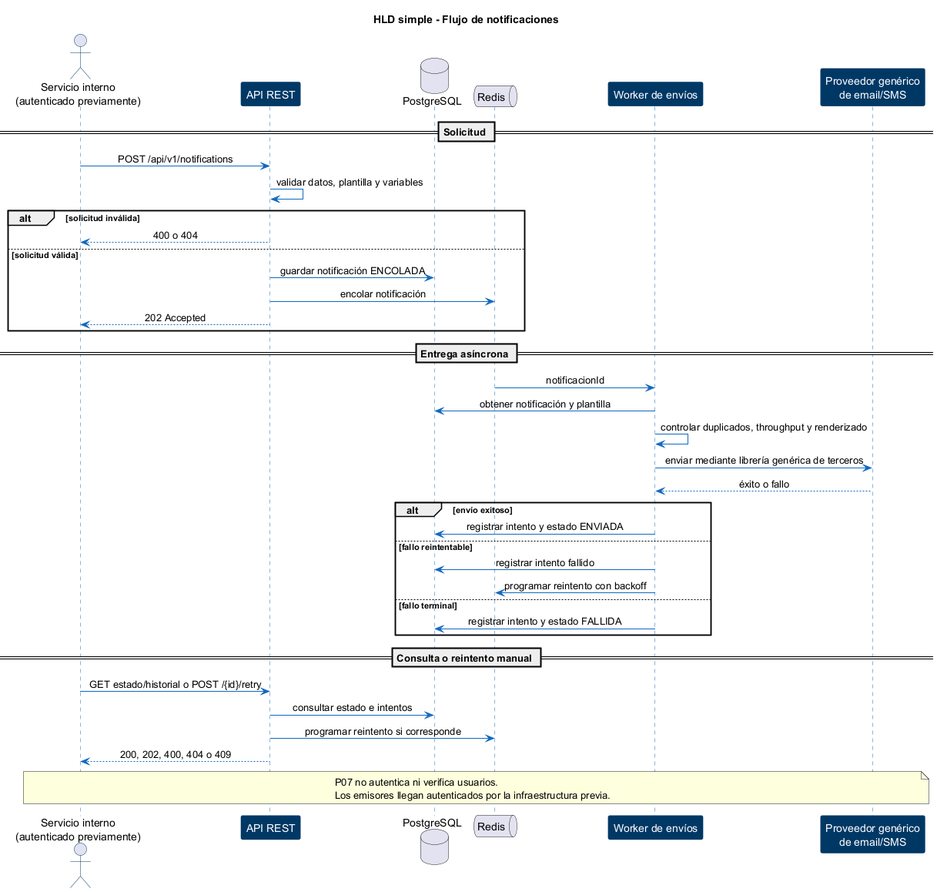
The PlantUML diagram notificaciones-architecture/diagrams/HLD/notificaciones-05-hld-secuencia.png in Frosmin/tigoBootcamp, before a commit. The source it was exported from:
```plantuml
@startuml notificaciones-05-hld-secuencia
skinparam backgroundColor #FFFFFF
skinparam shadowing false
skinparam sequenceMessageAlign center
skinparam sequence {
    ArrowColor #1168BD
    LifeLineBorderColor #1168BD
    ParticipantBorderColor #003865
    ParticipantBackgroundColor #003865
    ParticipantFontColor #FFFFFF
    ActorBorderColor #003865
}

title HLD simple - Flujo de notificaciones

actor "Servicio interno\n(autenticado previamente)" as emisor
participant "API REST" as api
database "PostgreSQL" as db
queue "Redis" as redis
participant "Worker de envíos" as worker
participant "Proveedor genérico\nde email/SMS" as proveedor

== Solicitud ==
emisor -> api : POST /api/v1/notifications
api -> api : validar datos, plantilla y variables

alt solicitud inválida
    api --> emisor : 400 o 404
else solicitud válida
    api -> db : guardar notificación ENCOLADA
    api -> redis : encolar notificación
    api --> emisor : 202 Accepted
end

== Entrega asíncrona ==
redis -> worker : notificacionId
worker -> db : obtener notificación y plantilla
worker -> worker : controlar duplicados, throughput y renderizado
worker -> proveedor : enviar mediante librería genérica de terceros
proveedor --> worker : éxito o fallo

alt envío exitoso
    worker -> db : registrar intento y estado ENVIADA
else fallo reintentable
    worker -> db : registrar intento fallido
    worker -> redis : programar reintento con backoff
else fallo terminal
    worker -> db : registrar intento y estado FALLIDA
end

== Consulta o reintento manual ==
emisor -> api : GET estado/historial o POST /{id}/retry
api -> db : consultar estado e intentos
api -> redis : programar reintento si corresponde
api --> emisor : 200, 202, 400, 404 o 409

note over emisor, proveedor
  P07 no autentica ni verifica usuarios.
  Los emisores llegan autenticados por la infraestructura previa.
end note

@enduml
```
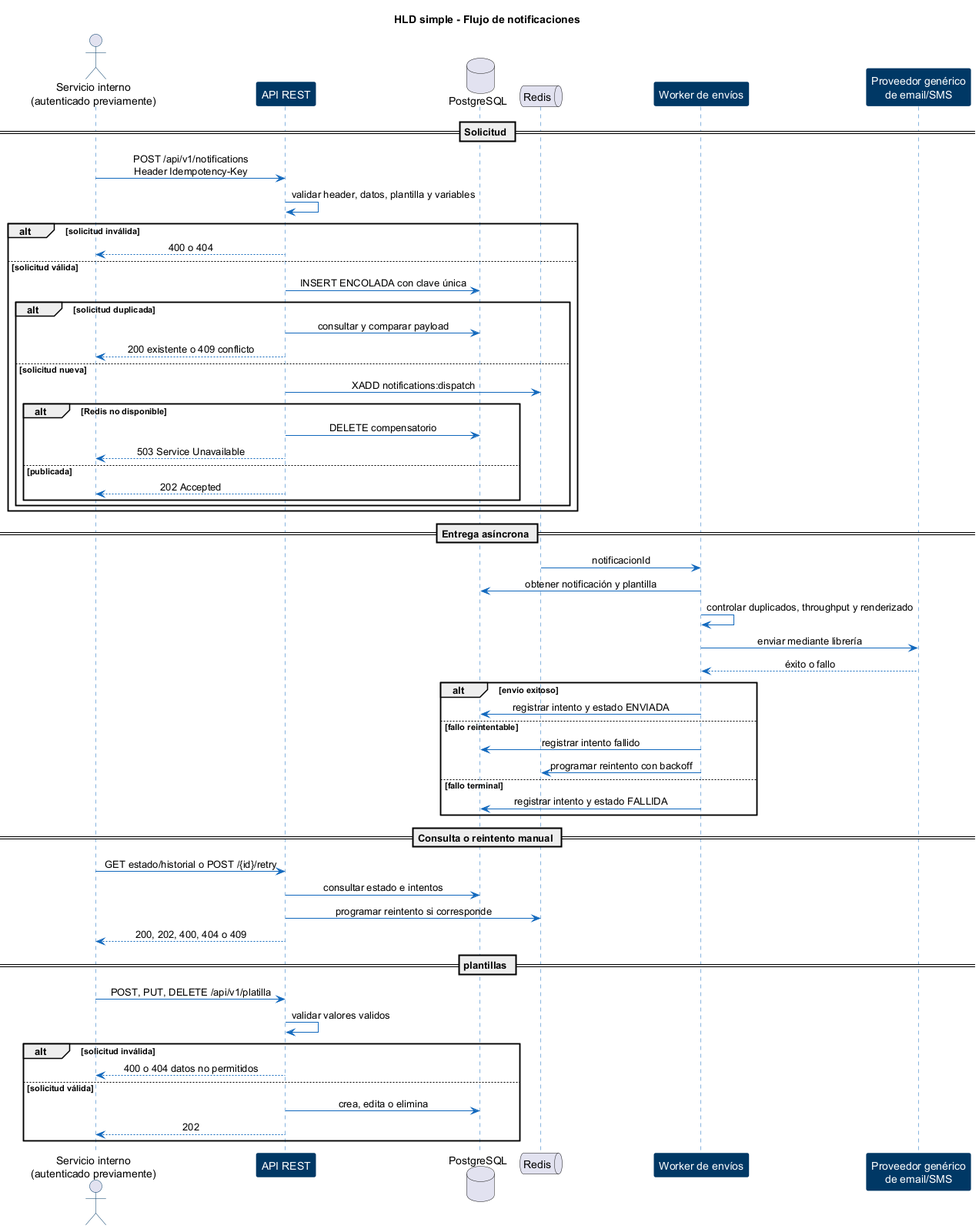
After the commit.

What changed in the source:
```diff
@@ -21,22 +21,32 @@
 participant "Proveedor genérico\nde email/SMS" as proveedor
 
 == Solicitud ==
-emisor -> api : POST /api/v1/notifications
-api -> api : validar datos, plantilla y variables
+emisor -> api : POST /api/v1/notifications\nHeader Idempotency-Key
+api -> api : validar header, datos, plantilla y variables
 
 alt solicitud inválida
     api --> emisor : 400 o 404
 else solicitud válida
-    api -> db : guardar notificación ENCOLADA
-    api -> redis : encolar notificación
-    api --> emisor : 202 Accepted
+    api -> db : INSERT ENCOLADA con clave única
+    alt solicitud duplicada
+        api -> db : consultar y comparar payload
+        api --> emisor : 200 existente o 409 conflicto
+    else solicitud nueva
+        api -> redis : XADD notifications:dispatch
+        alt Redis no disponible
+            api -> db : DELETE compensatorio
+            api --> emisor : 503 Service Unavailable
+        else publicada
+            api --> emisor : 202 Accepted
+        end
+    end
 end
 
 == Entrega asíncrona ==
 redis -> worker : notificacionId
 worker -> db : obtener notificación y plantilla
 worker -> worker : controlar duplicados, throughput y renderizado
-worker -> proveedor : enviar mediante librería genérica de terceros
+worker -> proveedor : enviar mediante librería
 proveedor --> worker : éxito o fallo
 
 alt envío exitoso
@@ -54,9 +64,17 @@
 api -> redis : programar reintento si corresponde
 api --> emisor : 200, 202, 400, 404 o 409
 
-note over emisor, proveedor
-  P07 no autentica ni verifica usuarios.
-  Los emisores llegan autenticados por la infraestructura previa.
-end note
+
+
+== plantillas ==
+emisor -> api : POST, PUT, DELETE /api/v1/platilla
+api -> api : validar valores validos
+
+    alt solicitud inválida
+        api --> emisor : 400 o 404 datos no permitidos
+    else solicitud válida
+        api -> db : crea, edita o elimina
+        api --> emisor : 202
+    end
 
 @enduml
```
